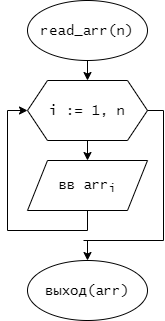
Before: лр7/read_Arr.png, a diagram exported from draw.io (Aprokun/-). Source tidied: cells renumbered, new cells last; positions are measured from the earlier drawing's top-left corner, leaving out a move shared by most shapes. The source it was exported from:
```xml
<mxGraphModel>
  <root>
    <mxCell id="0" />
    <mxCell id="1" parent="0" />
    <mxCell id="2" style="edgeStyle=orthogonalEdgeStyle;rounded=0;jettySize=auto;html=1;exitX=0.5;exitY=1;exitDx=0;exitDy=0;entryX=0.5;entryY=0;entryDx=0;entryDy=0;fontFamily=Lucida Console;fontSize=14;" parent="1" edge="1" source="3" target="5">
      <mxGeometry relative="1" as="geometry" />
    </mxCell>
    <mxCell id="3" value="read_arr(n)" style="ellipse;whiteSpace=wrap;html=1;fontFamily=Lucida Console;fontSize=14;" parent="1" vertex="1">
      <mxGeometry width="120" height="60" as="geometry" />
    </mxCell>
    <mxCell id="4" style="edgeStyle=orthogonalEdgeStyle;rounded=0;jettySize=auto;html=1;exitX=0.5;exitY=1;exitDx=0;exitDy=0;entryX=0.5;entryY=0;entryDx=0;entryDy=0;fontFamily=Lucida Console;fontSize=14;" parent="1" edge="1" source="5" target="7">
      <mxGeometry relative="1" as="geometry" />
    </mxCell>
    <mxCell id="5" value="i := 1, n" style="shape=hexagon;perimeter=hexagonPerimeter2;whiteSpace=wrap;html=1;fixedSize=1;fontFamily=Lucida Console;fontSize=14;" parent="1" vertex="1">
      <mxGeometry y="80" width="120" height="60" as="geometry" />
    </mxCell>
    <mxCell id="6" style="edgeStyle=orthogonalEdgeStyle;rounded=0;jettySize=auto;html=1;exitX=0.5;exitY=1;exitDx=0;exitDy=0;entryX=0;entryY=0.5;entryDx=0;entryDy=0;fontFamily=Lucida Console;fontSize=14;" parent="1" edge="1" source="7" target="5">
      <mxGeometry relative="1" as="geometry" />
    </mxCell>
    <mxCell id="7" value="вв arr&lt;sub&gt;i&lt;/sub&gt;" style="shape=parallelogram;perimeter=parallelogramPerimeter;whiteSpace=wrap;html=1;fixedSize=1;fontFamily=Lucida Console;fontSize=14;" parent="1" vertex="1">
      <mxGeometry y="160" width="120" height="50" as="geometry" />
    </mxCell>
    <mxCell id="8" value="выход(arr)" style="ellipse;whiteSpace=wrap;html=1;fontFamily=Lucida Console;fontSize=14;" parent="1" vertex="1">
      <mxGeometry y="260" width="120" height="60" as="geometry" />
    </mxCell>
    <mxCell id="9" style="endArrow=none;html=1;fontFamily=Lucida Console;fontSize=14;entryX=1;entryY=0.5;entryDx=0;entryDy=0;" parent="1" edge="1" target="5">
      <mxGeometry relative="1" as="geometry">
        <mxPoint x="136" y="110" as="sourcePoint" />
      </mxGeometry>
    </mxCell>
    <mxCell id="10" style="endArrow=none;html=1;fontFamily=Lucida Console;fontSize=14;" parent="1" edge="1">
      <mxGeometry relative="1" as="geometry">
        <mxPoint x="136" y="240" as="sourcePoint" />
        <mxPoint x="136" y="110" as="targetPoint" />
      </mxGeometry>
    </mxCell>
    <mxCell id="11" style="endArrow=none;html=1;fontFamily=Lucida Console;fontSize=14;" parent="1" edge="1">
      <mxGeometry relative="1" as="geometry">
        <mxPoint x="56" y="240" as="sourcePoint" />
        <mxPoint x="136" y="240" as="targetPoint" />
      </mxGeometry>
    </mxCell>
    <mxCell id="12" style="endArrow=classic;html=1;fontFamily=Lucida Console;fontSize=14;entryX=0.5;entryY=0;entryDx=0;entryDy=0;" parent="1" edge="1" target="8">
      <mxGeometry relative="1" as="geometry">
        <mxPoint x="60" y="240" as="sourcePoint" />
      </mxGeometry>
    </mxCell>
  </root>
</mxGraphModel>
```
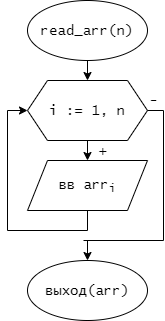
The same diagram one commit later.

Change to the diagram source:
```diff
@@ -45,5 +45,11 @@
         <mxPoint x="60" y="240" as="sourcePoint" />
       </mxGeometry>
     </mxCell>
+    <mxCell id="13" value="+" style="text;html=1;align=center;verticalAlign=middle;fontSize=14;fontFamily=Lucida Console;" parent="1" vertex="1">
+      <mxGeometry x="66" y="140" width="20" height="20" as="geometry" />
+    </mxCell>
+    <mxCell id="14" value="-" style="text;html=1;align=center;verticalAlign=middle;fontSize=14;fontFamily=Lucida Console;" parent="1" vertex="1">
+      <mxGeometry x="116" y="90" width="20" height="20" as="geometry" />
+    </mxCell>
   </root>
 </mxGraphModel>
```
